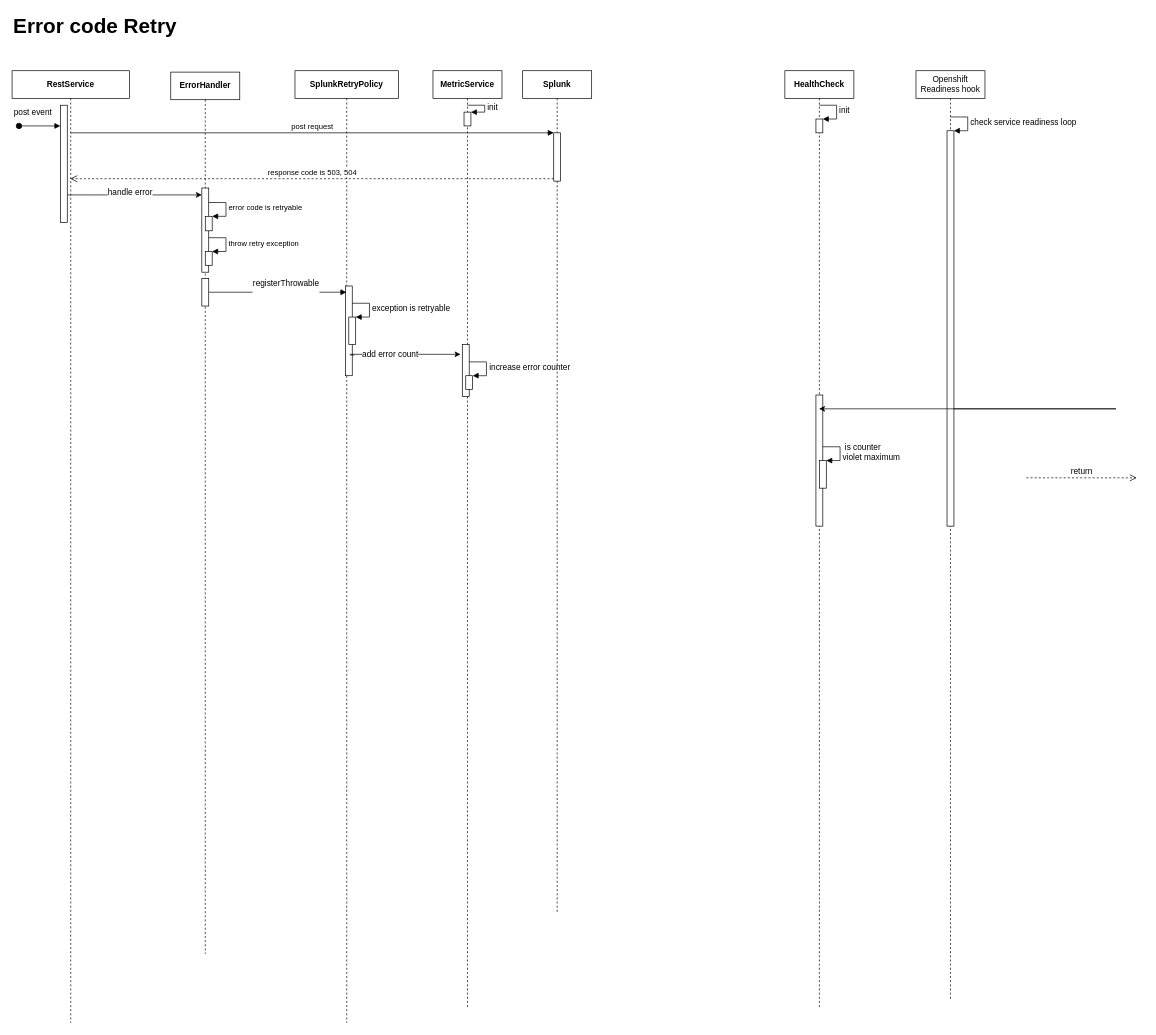
Earlier version of the draw.io diagram page "ErrorCodeRetry" (3 of 4) of Sac-Retry-Sequence.drawio (cjjian/Diagram). Source tidied: cells renumbered, new cells numbered last; positions are measured from the earlier drawing's top-left corner, leaving out a move shared by most shapes. Both pictures are drawn from the tidied source at 69%, with x=0, y=0 at pixel (12, 12).
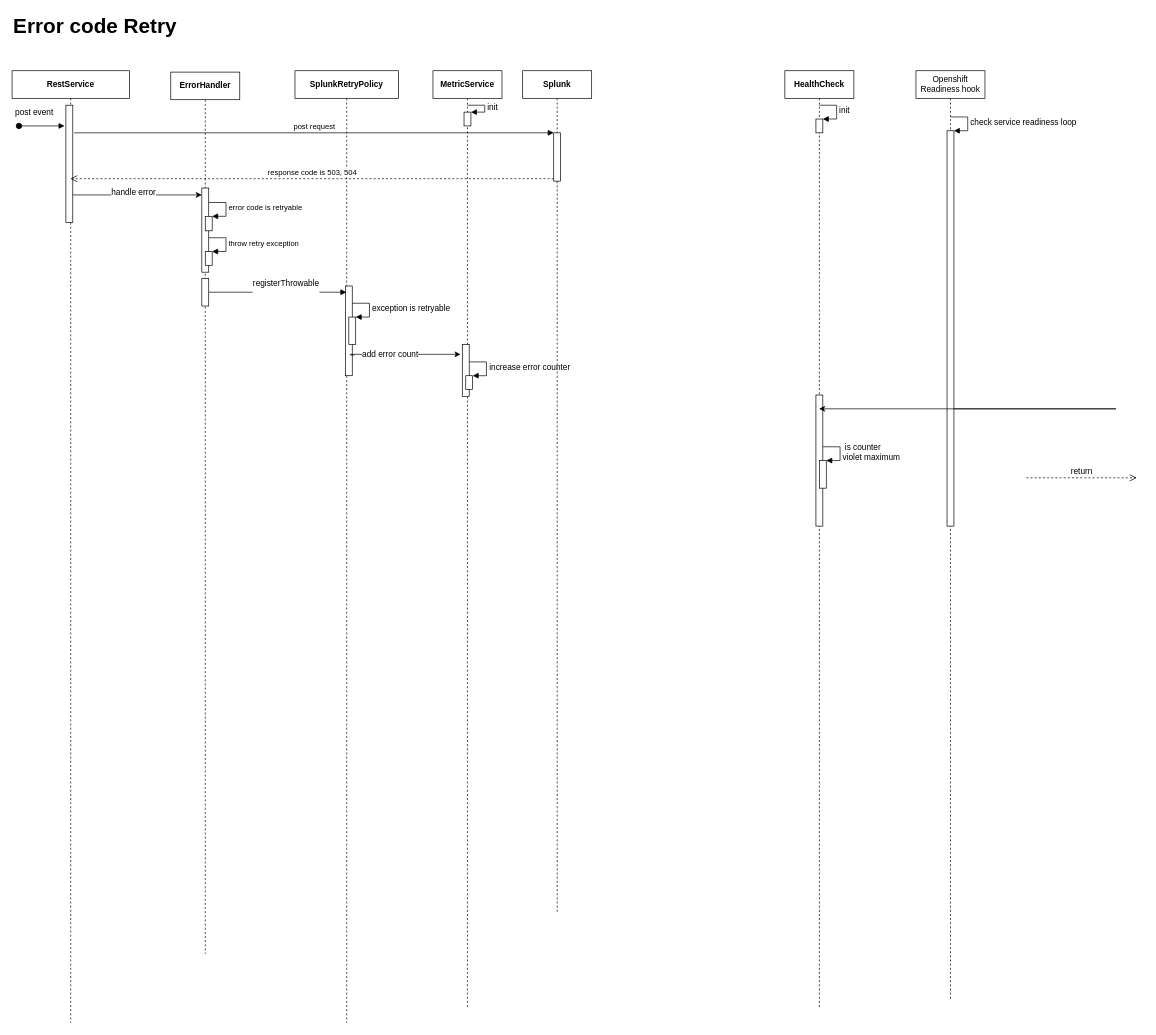
The same page after the edit.

The change refers to these unchanged cells:
```xml
<mxCell id="3" value="RestService" style="shape=umlLifeline;perimeter=lifelinePerimeter;whiteSpace=wrap;html=1;outlineConnect=0;fontStyle=1;" parent="1" vertex="1">
  <mxGeometry y="85" width="170" height="1380" as="geometry" />
</mxCell>
<mxCell id="30" style="html=1;points=[];perimeter=orthogonalPerimeter;" parent="29" vertex="1">
  <mxGeometry x="45" y="90" width="10" height="70" as="geometry" />
</mxCell>
```

Change to the diagram source:
```diff
@@
     <mxCell id="4" style="html=1;points=[];perimeter=orthogonalPerimeter;fontFamily=Helvetica;fontSize=30;fontColor=#000000;" parent="3" vertex="1">
-      <mxGeometry x="70" y="50" width="10" height="170" as="geometry" />
+      <mxGeometry x="78" y="50" width="10" height="170" as="geometry" />
     </mxCell>
     <mxCell id="5" value="post event" style="html=1;verticalAlign=bottom;startArrow=oval;startFill=1;endArrow=block;startSize=8;fontFamily=Helvetica;fontSize=12;fontColor=#000000;" parent="3" edge="1">
       <mxGeometry x="-0.33" y="10" relative="1" as="geometry">
         <mxPoint x="10" y="80" as="sourcePoint" />
-        <mxPoint x="70" y="80" as="targetPoint" />
+        <mxPoint x="76" y="80" as="targetPoint" />
       </mxGeometry>
     </mxCell>
@@
-    <mxCell id="33" value="post request" style="html=1;verticalAlign=bottom;endArrow=block;entryX=0;entryY=0;" parent="1" edge="1" source="3" target="30">
-      <mxGeometry relative="1" as="geometry" />
+    <mxCell id="33" value="post request" style="html=1;verticalAlign=bottom;endArrow=block;entryX=0;entryY=0;" parent="1" edge="1" target="30">
+      <mxGeometry relative="1" as="geometry">
+        <mxPoint x="90" y="175" as="sourcePoint" />
+      </mxGeometry>
     </mxCell>
```
